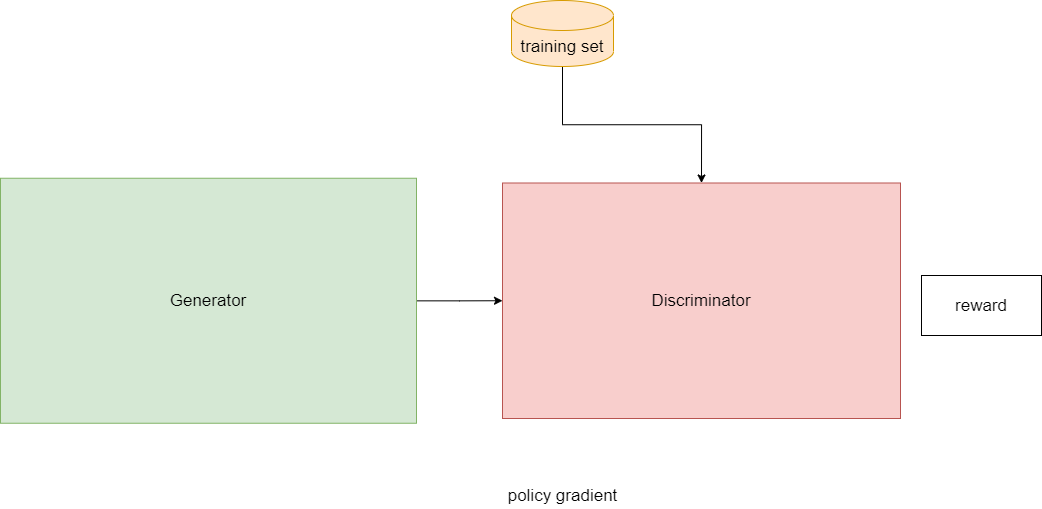
The draw.io diagram seqgan.drawio.png in lakomi/pictures, before a commit. Source tidied: cells renumbered, new cells last; positions are measured from the earlier drawing's top-left corner, leaving out a move shared by most shapes.
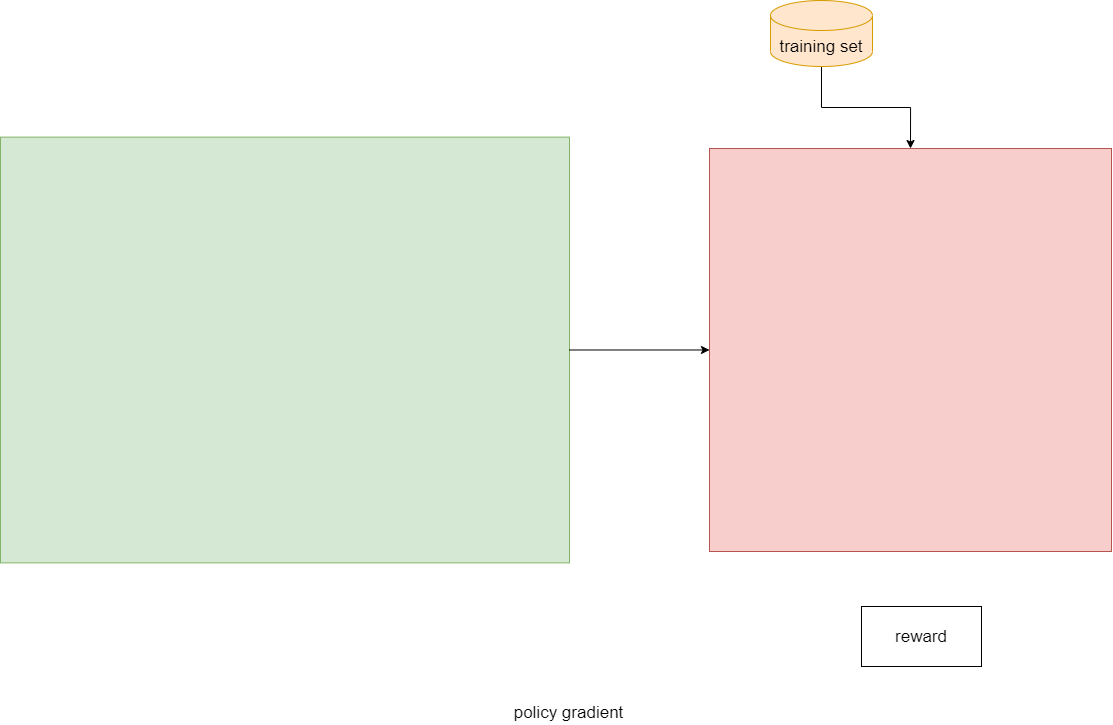
After the change.

Change to the diagram source:
```diff
@@ -2,26 +2,26 @@
   <root>
     <mxCell id="0" />
     <mxCell id="1" parent="0" />
+    <mxCell id="3" style="rounded=0;whiteSpace=wrap;html=1;fillColor=#d5e8d4;strokeColor=#82b366;fontSize=17;" parent="1" vertex="1">
+      <mxGeometry x="-215" y="3.6" width="569" height="425.8" as="geometry" />
+    </mxCell>
     <mxCell id="2" style="edgeStyle=orthogonalEdgeStyle;rounded=0;jettySize=auto;html=1;fontSize=17;" parent="1" edge="1" source="3" target="4">
       <mxGeometry relative="1" as="geometry" />
     </mxCell>
-    <mxCell id="3" value="Generator" style="rounded=0;whiteSpace=wrap;html=1;fillColor=#d5e8d4;strokeColor=#82b366;fontSize=17;" parent="1" vertex="1">
-      <mxGeometry y="177.8" width="416" height="245" as="geometry" />
-    </mxCell>
-    <mxCell id="4" value="Discriminator" style="rounded=0;whiteSpace=wrap;html=1;fillColor=#f8cecc;strokeColor=#b85450;fontSize=17;" parent="1" vertex="1">
-      <mxGeometry x="502" y="182.5" width="398" height="235.5" as="geometry" />
+    <mxCell id="4" style="rounded=0;whiteSpace=wrap;html=1;fillColor=#f8cecc;strokeColor=#b85450;fontSize=17;" parent="1" vertex="1">
+      <mxGeometry x="494" y="15" width="402" height="403" as="geometry" />
     </mxCell>
     <mxCell id="5" style="edgeStyle=orthogonalEdgeStyle;rounded=0;jettySize=auto;html=1;exitX=0.5;exitY=1;exitDx=0;exitDy=0;exitPerimeter=0;entryX=0.5;entryY=0;entryDx=0;entryDy=0;fontSize=17;" parent="1" edge="1" source="6" target="4">
       <mxGeometry relative="1" as="geometry" />
     </mxCell>
     <mxCell id="6" value="training set" style="shape=cylinder3;whiteSpace=wrap;html=1;boundedLbl=1;backgroundOutline=1;size=15;fillColor=#ffe6cc;strokeColor=#d79b00;fontSize=17;" parent="1" vertex="1">
-      <mxGeometry x="511" width="102" height="66" as="geometry" />
+      <mxGeometry x="555" y="-133" width="102" height="66" as="geometry" />
     </mxCell>
     <mxCell id="7" value="policy gradient" style="text;html=1;align=center;verticalAlign=middle;strokeColor=none;fillColor=none;fontSize=17;" parent="1" vertex="1">
-      <mxGeometry x="502" y="483" width="120" height="24" as="geometry" />
+      <mxGeometry x="293" y="567" width="120" height="24" as="geometry" />
     </mxCell>
     <mxCell id="8" value="reward" style="rounded=0;whiteSpace=wrap;html=1;fontSize=17;" parent="1" vertex="1">
-      <mxGeometry x="921" y="275" width="120" height="60" as="geometry" />
+      <mxGeometry x="646" y="473" width="120" height="60" as="geometry" />
     </mxCell>
   </root>
 </mxGraphModel>
```
